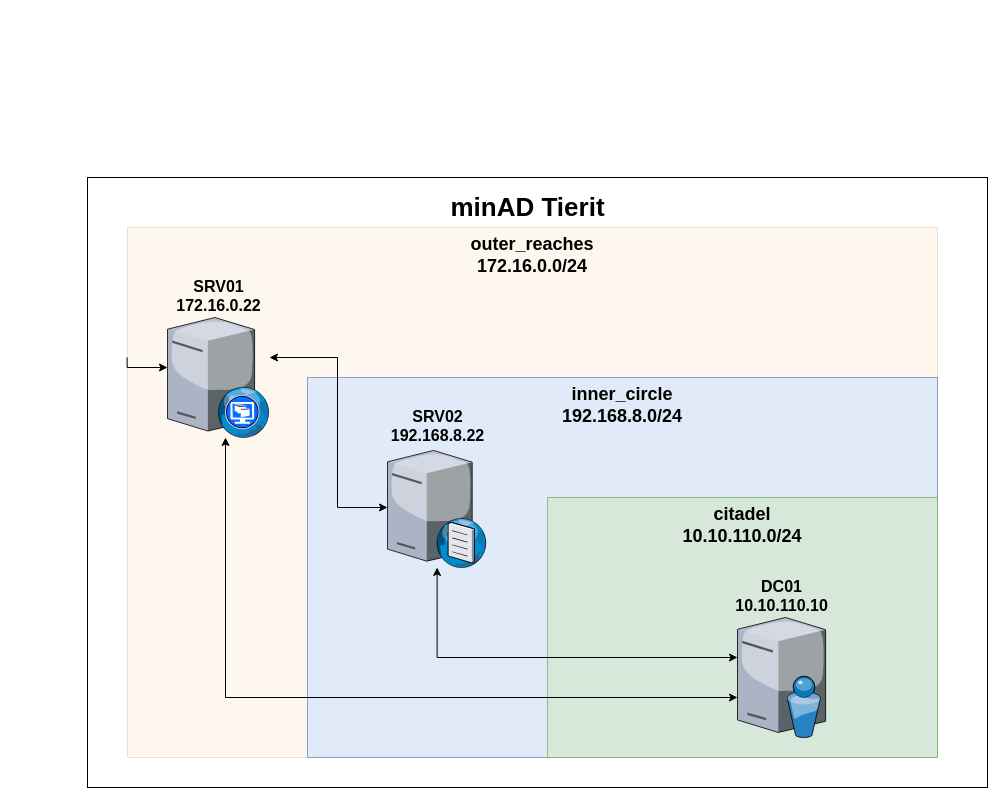
Above: pics/minad.drawio in mncmb/ninevox (draw.io), before the change. Source tidied: cells renumbered, new cells numbered last; positions are measured from the earlier drawing's top-left corner, leaving out a move shared by most shapes. Both pictures are drawn from the tidied source at 100%, with x=0, y=0 at pixel (87, 177).
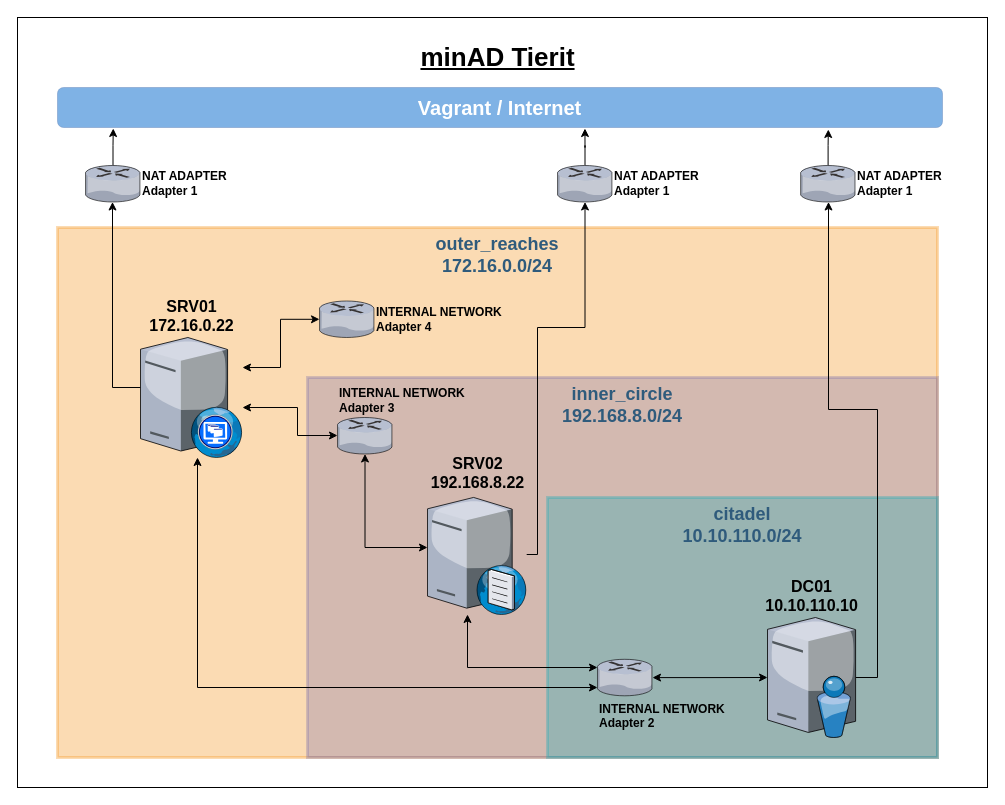
Above is the later version.

The edit, as a diff of the source:
```diff
@@
     <mxCell id="2" style="rounded=0;whiteSpace=wrap;html=1;fontSize=26;" parent="1" vertex="1">
-      <mxGeometry width="900" height="610" as="geometry" />
+      <mxGeometry x="-70" y="-160" width="970" height="770" as="geometry" />
     </mxCell>
-    <mxCell id="3" value="&lt;div style=&quot;font-size: 18px&quot;&gt;&lt;font style=&quot;font-size: 18px&quot;&gt;outer_reaches&lt;/font&gt;&lt;/div&gt;&lt;div style=&quot;font-size: 18px&quot;&gt;&lt;font style=&quot;font-size: 18px&quot;&gt;172.16.0.0/24&lt;/font&gt;&lt;br&gt;&lt;/div&gt;" style="whiteSpace=wrap;html=1;fillColor=#fad7ac;fontSize=14;strokeColor=#b46504;verticalAlign=top;fontStyle=1;opacity=20;" parent="1" vertex="1">
-      <mxGeometry x="40" y="50" width="810" height="530" as="geometry" />
+    <mxCell id="3" value="&lt;div style=&quot;font-size: 18px&quot;&gt;&lt;font style=&quot;font-size: 18px&quot;&gt;outer_reaches&lt;/font&gt;&lt;/div&gt;&lt;div style=&quot;font-size: 18px&quot;&gt;&lt;font style=&quot;font-size: 18px&quot;&gt;172.16.0.0/24&lt;/font&gt;&lt;br&gt;&lt;/div&gt;" style="whiteSpace=wrap;html=1;fillColor=#F08705;fontSize=14;strokeColor=#F08705;verticalAlign=top;fontStyle=1;opacity=30;fontColor=#2F5B7C;rounded=0;shadow=0;labelBackgroundColor=none;strokeWidth=3;" parent="1" vertex="1">
+      <mxGeometry x="-30" y="50" width="880" height="530" as="geometry" />
     </mxCell>
-    <mxCell id="4" value="minAD Tierit" style="text;strokeColor=none;fillColor=none;html=1;fontSize=26;fontStyle=1;verticalAlign=middle;align=center;" parent="1" vertex="1">
-      <mxGeometry x="9.5" y="10" width="861" height="40" as="geometry" />
+    <mxCell id="4" value="minAD Tierit" style="text;strokeColor=none;fillColor=none;html=1;fontSize=26;fontStyle=5;verticalAlign=middle;align=center;" parent="1" vertex="1">
+      <mxGeometry x="-20.5" y="-140" width="861" height="40" as="geometry" />
     </mxCell>
-    <mxCell id="5" value="&lt;div style=&quot;font-size: 18px&quot;&gt;&lt;font style=&quot;font-size: 18px&quot;&gt;inner_circle&lt;/font&gt;&lt;/div&gt;&lt;div style=&quot;font-size: 18px&quot;&gt;&lt;font style=&quot;font-size: 18px&quot;&gt;192.168.8.0/24&lt;/font&gt;&lt;br&gt;&lt;/div&gt;" style="whiteSpace=wrap;html=1;fillColor=#dae8fc;fontSize=14;strokeColor=#6c8ebf;verticalAlign=top;fontStyle=1;opacity=80;" parent="1" vertex="1">
+    <mxCell id="5" value="&lt;div style=&quot;font-size: 18px&quot;&gt;&lt;font style=&quot;font-size: 18px&quot;&gt;inner_circle&lt;/font&gt;&lt;/div&gt;&lt;div style=&quot;font-size: 18px&quot;&gt;&lt;font style=&quot;font-size: 18px&quot;&gt;192.168.8.0/24&lt;/font&gt;&lt;br&gt;&lt;/div&gt;" style="whiteSpace=wrap;html=1;fillColor=#736ca8;fontSize=14;strokeColor=#736ca8;verticalAlign=top;fontStyle=1;opacity=30;fontColor=#2F5B7C;rounded=0;shadow=0;labelBackgroundColor=none;strokeWidth=3;" parent="1" vertex="1">
       <mxGeometry x="220" y="200" width="630" height="380" as="geometry" />
     </mxCell>
-    <mxCell id="6" value="&lt;div style=&quot;font-size: 18px&quot;&gt;&lt;font style=&quot;font-size: 18px&quot;&gt;citadel&lt;/font&gt;&lt;/div&gt;&lt;div style=&quot;font-size: 18px&quot;&gt;&lt;font style=&quot;font-size: 18px&quot;&gt;10.10.110.0/24&lt;/font&gt;&lt;br&gt;&lt;/div&gt;" style="whiteSpace=wrap;html=1;fillColor=#d5e8d4;fontSize=14;strokeColor=#82b366;verticalAlign=top;fontStyle=1;opacity=80;" parent="1" vertex="1">
+    <mxCell id="6" value="&lt;div style=&quot;font-size: 18px&quot;&gt;&lt;font style=&quot;font-size: 18px&quot;&gt;citadel&lt;/font&gt;&lt;/div&gt;&lt;div style=&quot;font-size: 18px&quot;&gt;&lt;font style=&quot;font-size: 18px&quot;&gt;10.10.110.0/24&lt;/font&gt;&lt;br&gt;&lt;/div&gt;" style="whiteSpace=wrap;html=1;fillColor=#12aab5;fontSize=14;strokeColor=#12aab5;verticalAlign=top;fontStyle=1;opacity=30;fontColor=#2F5B7C;rounded=0;shadow=0;labelBackgroundColor=none;strokeWidth=3;" parent="1" vertex="1">
       <mxGeometry x="460" y="320" width="390" height="260" as="geometry" />
     </mxCell>
+    <mxCell id="14" style="edgeStyle=orthogonalEdgeStyle;rounded=0;jettySize=auto;html=1;" parent="1" edge="1" source="7" target="26">
+      <mxGeometry relative="1" as="geometry">
+        <Array as="points">
+          <mxPoint x="790" y="500" />
+          <mxPoint x="790" y="232" />
+          <mxPoint x="741" y="232" />
+        </Array>
+      </mxGeometry>
+    </mxCell>
     <mxCell id="7" value="&lt;div style=&quot;font-size: 16px&quot;&gt;&lt;font style=&quot;font-size: 16px&quot;&gt;DC01&lt;/font&gt;&lt;/div&gt;&lt;div style=&quot;font-size: 16px&quot;&gt;&lt;font style=&quot;font-size: 16px&quot;&gt;10.10.110.10&lt;/font&gt;&lt;br&gt;&lt;/div&gt;" style="verticalLabelPosition=top;sketch=0;html=1;verticalAlign=bottom;strokeColor=#82b366;align=center;outlineConnect=0;shape=mxgraph.citrix.directory_server;labelPosition=center;fontSize=14;fontStyle=1;fillColor=#d5e8d4;" parent="1" vertex="1">
-      <mxGeometry x="650" y="440" width="88.1" height="120" as="geometry" />
+      <mxGeometry x="680" y="440" width="88.1" height="120" as="geometry" />
     </mxCell>
-    <mxCell id="8" style="edgeStyle=orthogonalEdgeStyle;rounded=0;jettySize=auto;html=1;fontSize=26;startArrow=classic;startFill=1;" parent="1" edge="1" source="9" target="7">
-      <mxGeometry relative="1" as="geometry">
-        <Array as="points">
-          <mxPoint x="350" y="480" />
-        </Array>
-      </mxGeometry>
-    </mxCell>
+    <mxCell id="15" style="edgeStyle=orthogonalEdgeStyle;rounded=0;jettySize=auto;html=1;startArrow=classic;startFill=1;" parent="1" edge="1" source="9" target="28">
+      <mxGeometry relative="1" as="geometry">
+        <Array as="points">
+          <mxPoint x="380" y="490" />
+        </Array>
+      </mxGeometry>
+    </mxCell>
     <mxCell id="9" value="&lt;font style=&quot;font-size: 16px&quot;&gt;SRV02&lt;br&gt;&lt;/font&gt;&lt;div style=&quot;font-size: 16px&quot;&gt;&lt;font style=&quot;font-size: 16px&quot;&gt;192.168.8.22&lt;/font&gt;&lt;br&gt;&lt;/div&gt;" style="verticalLabelPosition=top;sketch=0;html=1;verticalAlign=bottom;strokeColor=none;align=center;outlineConnect=0;shape=mxgraph.citrix.dns_server;labelPosition=center;fontSize=14;fontStyle=1;" parent="1" vertex="1">
-      <mxGeometry x="300" y="270" width="99.2" height="120" as="geometry" />
+      <mxGeometry x="340" y="317" width="99.2" height="120" as="geometry" />
     </mxCell>
-    <mxCell id="10" style="edgeStyle=orthogonalEdgeStyle;rounded=0;jettySize=auto;html=1;fontSize=26;startArrow=classic;startFill=1;" parent="1" edge="1" source="13" target="7">
-      <mxGeometry relative="1" as="geometry">
-        <Array as="points">
-          <mxPoint x="138" y="520" />
-        </Array>
-      </mxGeometry>
-    </mxCell>
-    <mxCell id="11" style="edgeStyle=orthogonalEdgeStyle;rounded=0;jettySize=auto;html=1;fontSize=26;startArrow=classic;startFill=1;" parent="1" edge="1" source="13" target="9">
-      <mxGeometry relative="1" as="geometry">
-        <Array as="points">
-          <mxPoint x="250" y="180" />
-          <mxPoint x="250" y="330" />
-        </Array>
-      </mxGeometry>
-    </mxCell>
-    <mxCell id="12" style="edgeStyle=orthogonalEdgeStyle;rounded=0;jettySize=auto;html=1;entryX=0.044;entryY=0.295;entryDx=0;entryDy=0;entryPerimeter=0;fontSize=26;startArrow=classic;startFill=1;endArrow=none;endFill=0;" parent="1" edge="1" source="13" target="2">
-      <mxGeometry relative="1" as="geometry">
-        <Array as="points">
-          <mxPoint x="40" y="190" />
-        </Array>
-      </mxGeometry>
-    </mxCell>
+    <mxCell id="16" style="edgeStyle=orthogonalEdgeStyle;rounded=0;jettySize=auto;html=1;startArrow=classic;startFill=1;" parent="1" edge="1" source="13" target="28">
+      <mxGeometry relative="1" as="geometry">
+        <Array as="points">
+          <mxPoint x="110" y="510" />
+        </Array>
+      </mxGeometry>
+    </mxCell>
+    <mxCell id="17" style="edgeStyle=orthogonalEdgeStyle;rounded=0;jettySize=auto;html=1;startArrow=classic;startFill=1;" parent="1" edge="1" source="13" target="30">
+      <mxGeometry relative="1" as="geometry">
+        <Array as="points">
+          <mxPoint x="210" y="230" />
+          <mxPoint x="210" y="258" />
+        </Array>
+      </mxGeometry>
+    </mxCell>
+    <mxCell id="18" style="edgeStyle=orthogonalEdgeStyle;rounded=0;jettySize=auto;html=1;" parent="1" edge="1" source="13" target="21">
+      <mxGeometry relative="1" as="geometry">
+        <Array as="points">
+          <mxPoint x="25" y="210" />
+        </Array>
+      </mxGeometry>
+    </mxCell>
     <mxCell id="13" value="&lt;div style=&quot;font-size: 16px&quot;&gt;&lt;font style=&quot;font-size: 16px&quot;&gt;SRV01&lt;/font&gt;&lt;/div&gt;&lt;div style=&quot;font-size: 16px&quot;&gt;&lt;font style=&quot;font-size: 16px&quot;&gt;172.16.0.22&lt;/font&gt;&lt;br&gt;&lt;/div&gt;" style="verticalLabelPosition=top;sketch=0;html=1;verticalAlign=bottom;strokeColor=none;align=center;outlineConnect=0;shape=mxgraph.citrix.desktop_web;labelPosition=center;fontSize=14;fontStyle=1;" parent="1" vertex="1">
-      <mxGeometry x="80" y="140" width="102" height="120" as="geometry" />
+      <mxGeometry x="53" y="160" width="102" height="120" as="geometry" />
     </mxCell>
+    <mxCell id="19" value="&lt;b&gt;&lt;font style=&quot;font-size: 20px&quot; color=&quot;#ffffff&quot;&gt;Vagrant / Internet&lt;/font&gt;&lt;/b&gt;" style="rounded=1;whiteSpace=wrap;html=1;strokeColor=#6c8ebf;fillColor=#0066CC;opacity=50;" parent="1" vertex="1">
+      <mxGeometry x="-30" y="-90" width="885" height="40" as="geometry" />
+    </mxCell>
+    <mxCell id="20" style="edgeStyle=orthogonalEdgeStyle;rounded=0;jettySize=auto;html=1;entryX=0.063;entryY=1.025;entryDx=0;entryDy=0;entryPerimeter=0;" parent="1" edge="1" source="21" target="19">
+      <mxGeometry relative="1" as="geometry" />
+    </mxCell>
+    <mxCell id="21" value="NAT ADAPTER&lt;br&gt;Adapter 1" style="verticalLabelPosition=middle;sketch=0;html=1;verticalAlign=middle;strokeColor=none;align=left;outlineConnect=0;shape=mxgraph.citrix.router;labelPosition=right;fontStyle=1;" parent="1" vertex="1">
+      <mxGeometry x="-2" y="-12" width="55" height="36.5" as="geometry" />
+    </mxCell>
+    <mxCell id="22" style="edgeStyle=orthogonalEdgeStyle;rounded=0;jettySize=auto;html=1;startArrow=classic;startFill=1;endArrow=none;endFill=0;" parent="1" edge="1" source="24" target="9">
+      <mxGeometry relative="1" as="geometry">
+        <Array as="points">
+          <mxPoint x="497" y="150" />
+          <mxPoint x="450" y="150" />
+          <mxPoint x="450" y="377" />
+        </Array>
+      </mxGeometry>
+    </mxCell>
+    <mxCell id="23" style="edgeStyle=orthogonalEdgeStyle;rounded=0;jettySize=auto;html=1;entryX=0.596;entryY=1.025;entryDx=0;entryDy=0;entryPerimeter=0;" parent="1" edge="1" source="24" target="19">
+      <mxGeometry relative="1" as="geometry" />
+    </mxCell>
+    <mxCell id="24" value="NAT ADAPTER&lt;br&gt;Adapter 1" style="verticalLabelPosition=middle;sketch=0;html=1;verticalAlign=middle;strokeColor=none;align=left;outlineConnect=0;shape=mxgraph.citrix.router;labelPosition=right;fontStyle=1;" parent="1" vertex="1">
+      <mxGeometry x="470" y="-12" width="55" height="36.5" as="geometry" />
+    </mxCell>
+    <mxCell id="25" style="edgeStyle=orthogonalEdgeStyle;rounded=0;jettySize=auto;html=1;entryX=0.871;entryY=1.05;entryDx=0;entryDy=0;entryPerimeter=0;" parent="1" edge="1" source="26" target="19">
+      <mxGeometry relative="1" as="geometry" />
+    </mxCell>
+    <mxCell id="26" value="NAT ADAPTER&lt;br&gt;Adapter 1" style="verticalLabelPosition=middle;sketch=0;html=1;verticalAlign=middle;strokeColor=none;align=left;outlineConnect=0;shape=mxgraph.citrix.router;labelPosition=right;fontStyle=1;" parent="1" vertex="1">
+      <mxGeometry x="713.1" y="-12" width="55" height="36.5" as="geometry" />
+    </mxCell>
+    <mxCell id="27" style="edgeStyle=orthogonalEdgeStyle;rounded=0;jettySize=auto;html=1;startArrow=classic;startFill=1;" parent="1" edge="1" source="28" target="7">
+      <mxGeometry relative="1" as="geometry" />
+    </mxCell>
+    <mxCell id="28" value="INTERNAL NETWORK&lt;br&gt;Adapter 2" style="verticalLabelPosition=bottom;sketch=0;html=1;verticalAlign=top;strokeColor=none;align=left;outlineConnect=0;shape=mxgraph.citrix.router;labelPosition=center;fontStyle=1;" parent="1" vertex="1">
+      <mxGeometry x="510" y="481.8" width="55" height="36.5" as="geometry" />
+    </mxCell>
+    <mxCell id="29" style="edgeStyle=orthogonalEdgeStyle;rounded=0;jettySize=auto;html=1;startArrow=classic;startFill=1;" parent="1" edge="1" source="30" target="9">
+      <mxGeometry relative="1" as="geometry">
+        <Array as="points">
+          <mxPoint x="277" y="370" />
+        </Array>
+      </mxGeometry>
+    </mxCell>
+    <mxCell id="30" value="INTERNAL NETWORK&lt;br&gt;Adapter 3" style="verticalLabelPosition=top;sketch=0;html=1;verticalAlign=bottom;strokeColor=none;align=left;outlineConnect=0;shape=mxgraph.citrix.router;labelPosition=center;fontStyle=1;" parent="1" vertex="1">
+      <mxGeometry x="250" y="240" width="55" height="36.5" as="geometry" />
+    </mxCell>
+    <mxCell id="31" style="edgeStyle=orthogonalEdgeStyle;rounded=0;jettySize=auto;html=1;startArrow=classic;startFill=1;" parent="1" edge="1" source="32" target="13">
+      <mxGeometry relative="1" as="geometry">
+        <Array as="points">
+          <mxPoint x="193" y="142" />
+          <mxPoint x="193" y="190" />
+        </Array>
+      </mxGeometry>
+    </mxCell>
+    <mxCell id="32" value="INTERNAL NETWORK&lt;br&gt;Adapter 4" style="verticalLabelPosition=middle;sketch=0;html=1;verticalAlign=middle;strokeColor=none;align=left;outlineConnect=0;shape=mxgraph.citrix.router;labelPosition=right;fontStyle=1;" parent="1" vertex="1">
+      <mxGeometry x="232" y="123.5" width="55" height="36.5" as="geometry" />
+    </mxCell>
```
